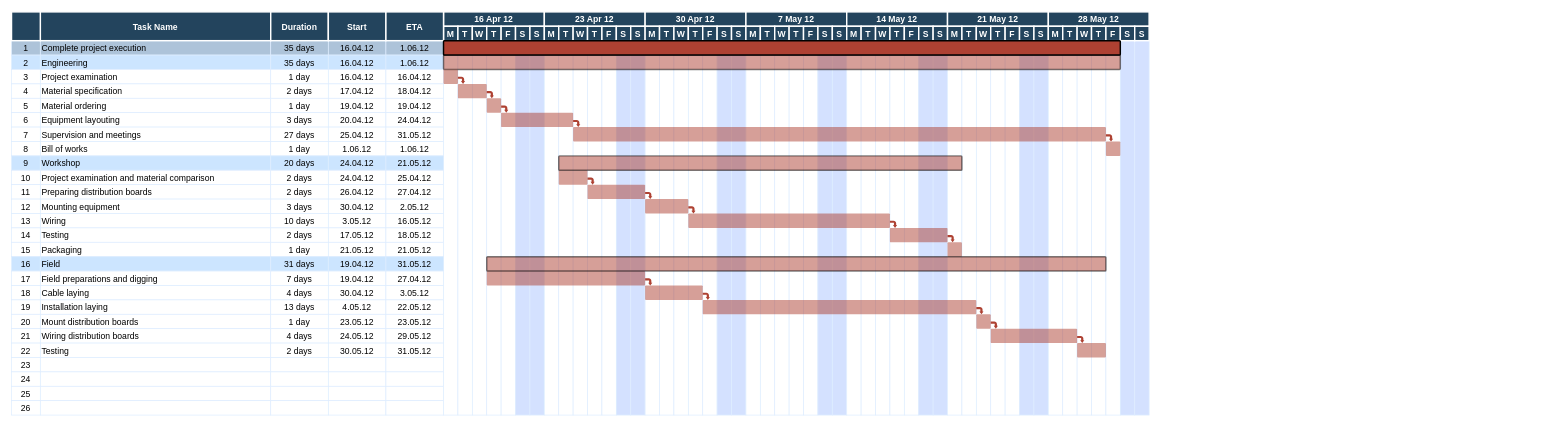
Earlier version of the draw.io diagram Untitled Diagram.drawio (HadilDadda/Exercice1). Source tidied: cells renumbered, new cells numbered last; positions are measured from the earlier drawing's top-left corner, leaving out a move shared by most shapes. Both pictures are drawn from the tidied source at 72%, with x=0, y=0 at pixel (11, 12).
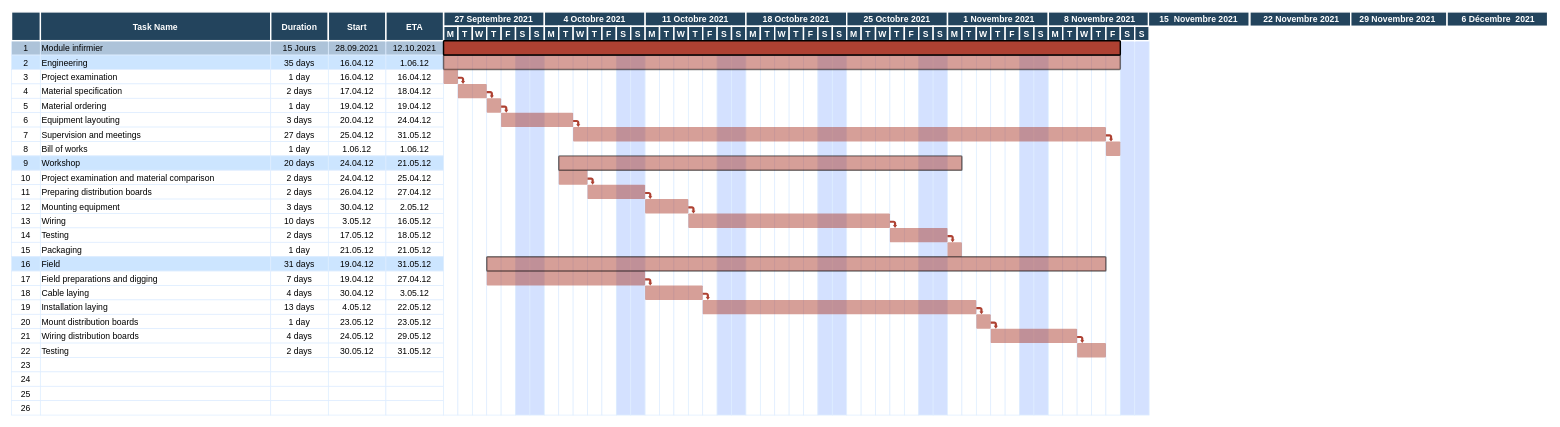
The same diagram, later.

What changed in the source:
```diff
@@
-    <mxCell id="3" value="Complete project execution" style="align=left;strokeColor=#DEEDFF;fillColor=#ADC3D9;" parent="1" vertex="1">
+    <mxCell id="3" value="Module infirmier" style="align=left;strokeColor=#DEEDFF;fillColor=#ADC3D9;" parent="1" vertex="1">
       <mxGeometry x="40.5" y="40" width="320" height="20" as="geometry" />
     </mxCell>
-    <mxCell id="4" value="35 days" style="strokeColor=#DEEDFF;fillColor=#ADC3D9;" parent="1" vertex="1">
+    <mxCell id="4" value="15 Jours" style="strokeColor=#DEEDFF;fillColor=#ADC3D9;" parent="1" vertex="1">
       <mxGeometry x="360.5" y="40" width="80" height="20" as="geometry" />
     </mxCell>
-    <mxCell id="5" value="16.04.12" style="strokeColor=#DEEDFF;fillColor=#ADC3D9;" parent="1" vertex="1">
+    <mxCell id="5" value="28.09.2021" style="strokeColor=#DEEDFF;fillColor=#ADC3D9;" parent="1" vertex="1">
       <mxGeometry x="440.5" y="40" width="80" height="20" as="geometry" />
     </mxCell>
-    <mxCell id="6" value="1.06.12" style="strokeColor=#DEEDFF;fillColor=#ADC3D9;" parent="1" vertex="1">
+    <mxCell id="6" value="12.10.2021" style="strokeColor=#DEEDFF;fillColor=#ADC3D9;" parent="1" vertex="1">
       <mxGeometry x="520.5" y="40" width="80" height="20" as="geometry" />
     </mxCell>
@@
-    <mxCell id="183" value="16 Apr 12" style="fillColor=#23445D;strokeColor=#FFFFFF;strokeWidth=2;fontColor=#FFFFFF;fontStyle=1;" parent="1" vertex="1">
+    <mxCell id="183" value="27 Septembre 2021" style="fillColor=#23445D;strokeColor=#FFFFFF;strokeWidth=2;fontColor=#FFFFFF;fontStyle=1;" parent="1" vertex="1">
       <mxGeometry x="600.5" width="140" height="20" as="geometry" />
     </mxCell>
@@
-    <mxCell id="194" value="23 Apr 12" style="fillColor=#23445D;strokeColor=#FFFFFF;strokeWidth=2;fontColor=#FFFFFF;fontStyle=1;" parent="1" vertex="1">
+    <mxCell id="194" value="4 Octobre 2021" style="fillColor=#23445D;strokeColor=#FFFFFF;strokeWidth=2;fontColor=#FFFFFF;fontStyle=1;" parent="1" vertex="1">
       <mxGeometry x="740.5" width="140" height="20" as="geometry" />
     </mxCell>
@@
-    <mxCell id="202" value="30 Apr 12" style="fillColor=#23445D;strokeColor=#FFFFFF;strokeWidth=2;fontColor=#FFFFFF;fontStyle=1;" parent="1" vertex="1">
+    <mxCell id="202" value="11 Octobre 2021" style="fillColor=#23445D;strokeColor=#FFFFFF;strokeWidth=2;fontColor=#FFFFFF;fontStyle=1;" parent="1" vertex="1">
       <mxGeometry x="880.5" width="140" height="20" as="geometry" />
     </mxCell>
@@
-    <mxCell id="210" value="7 May 12" style="fillColor=#23445D;strokeColor=#FFFFFF;strokeWidth=2;fontColor=#FFFFFF;fontStyle=1;" parent="1" vertex="1">
+    <mxCell id="210" value="18 Octobre 2021" style="fillColor=#23445D;strokeColor=#FFFFFF;strokeWidth=2;fontColor=#FFFFFF;fontStyle=1;" parent="1" vertex="1">
       <mxGeometry x="1020.5" width="140" height="20" as="geometry" />
     </mxCell>
@@
-    <mxCell id="218" value="14 May 12" style="fillColor=#23445D;strokeColor=#FFFFFF;strokeWidth=2;fontColor=#FFFFFF;fontStyle=1;" parent="1" vertex="1">
+    <mxCell id="218" value="25 Octobre 2021" style="fillColor=#23445D;strokeColor=#FFFFFF;strokeWidth=2;fontColor=#FFFFFF;fontStyle=1;" parent="1" vertex="1">
       <mxGeometry x="1160.5" width="140" height="20" as="geometry" />
     </mxCell>
@@
-    <mxCell id="226" value="21 May 12" style="fillColor=#23445D;strokeColor=#FFFFFF;strokeWidth=2;fontColor=#FFFFFF;fontStyle=1;" parent="1" vertex="1">
+    <mxCell id="226" value=" 1 Novembre 2021" style="fillColor=#23445D;strokeColor=#FFFFFF;strokeWidth=2;fontColor=#FFFFFF;fontStyle=1;" parent="1" vertex="1">
       <mxGeometry x="1300.5" width="140" height="20" as="geometry" />
     </mxCell>
@@
-    <mxCell id="234" value="28 May 12" style="fillColor=#23445D;strokeColor=#FFFFFF;strokeWidth=2;fontColor=#FFFFFF;fontStyle=1;" parent="1" vertex="1">
+    <mxCell id="234" value=" 8 Novembre 2021" style="fillColor=#23445D;strokeColor=#FFFFFF;strokeWidth=2;fontColor=#FFFFFF;fontStyle=1;" parent="1" vertex="1">
       <mxGeometry x="1440.5" width="140" height="20" as="geometry" />
     </mxCell>
@@
+    <mxCell id="279" value="15  Novembre 2021" style="fillColor=#23445D;strokeColor=#FFFFFF;strokeWidth=2;fontColor=#FFFFFF;fontStyle=1;" parent="1" vertex="1">
+      <mxGeometry x="1579.5" width="140" height="20" as="geometry" />
+    </mxCell>
+    <mxCell id="280" value=" 6 Décembre  2021" style="fillColor=#23445D;strokeColor=#FFFFFF;strokeWidth=2;fontColor=#FFFFFF;fontStyle=1;" parent="1" vertex="1">
+      <mxGeometry x="1994" width="140" height="20" as="geometry" />
+    </mxCell>
+    <mxCell id="281" value=" 29 Novembre 2021" style="fillColor=#23445D;strokeColor=#FFFFFF;strokeWidth=2;fontColor=#FFFFFF;fontStyle=1;" parent="1" vertex="1">
+      <mxGeometry x="1854" width="140" height="20" as="geometry" />
+    </mxCell>
+    <mxCell id="282" value=" 22 Novembre 2021" style="fillColor=#23445D;strokeColor=#FFFFFF;strokeWidth=2;fontColor=#FFFFFF;fontStyle=1;" parent="1" vertex="1">
+      <mxGeometry x="1720.5" width="140" height="20" as="geometry" />
+    </mxCell>
```
